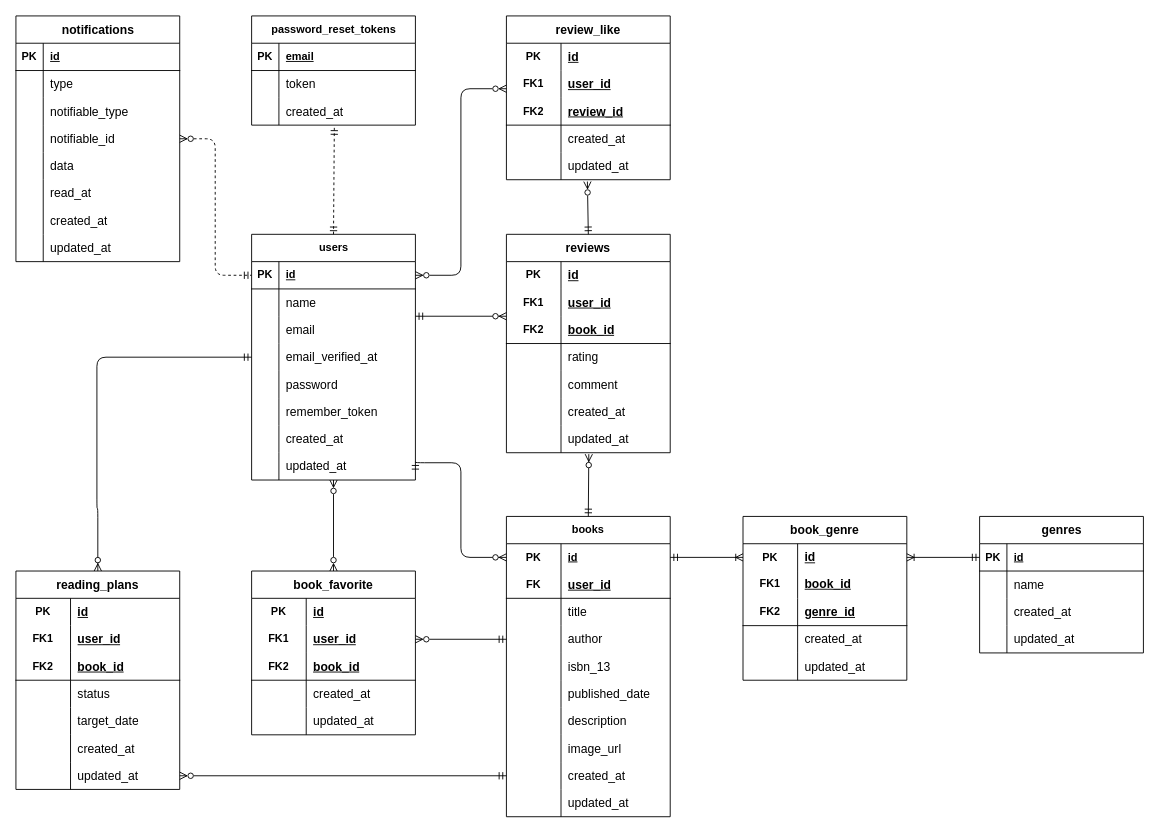
Above: index.drawio in TakakazuSekiguchi/bookshelf-app (draw.io), before the change. Source tidied: cells renumbered, new cells numbered last; positions are measured from the earlier drawing's top-left corner, leaving out a move shared by most shapes. Both pictures are drawn from the tidied source at 91%, with x=0, y=0 at pixel (15, 15).
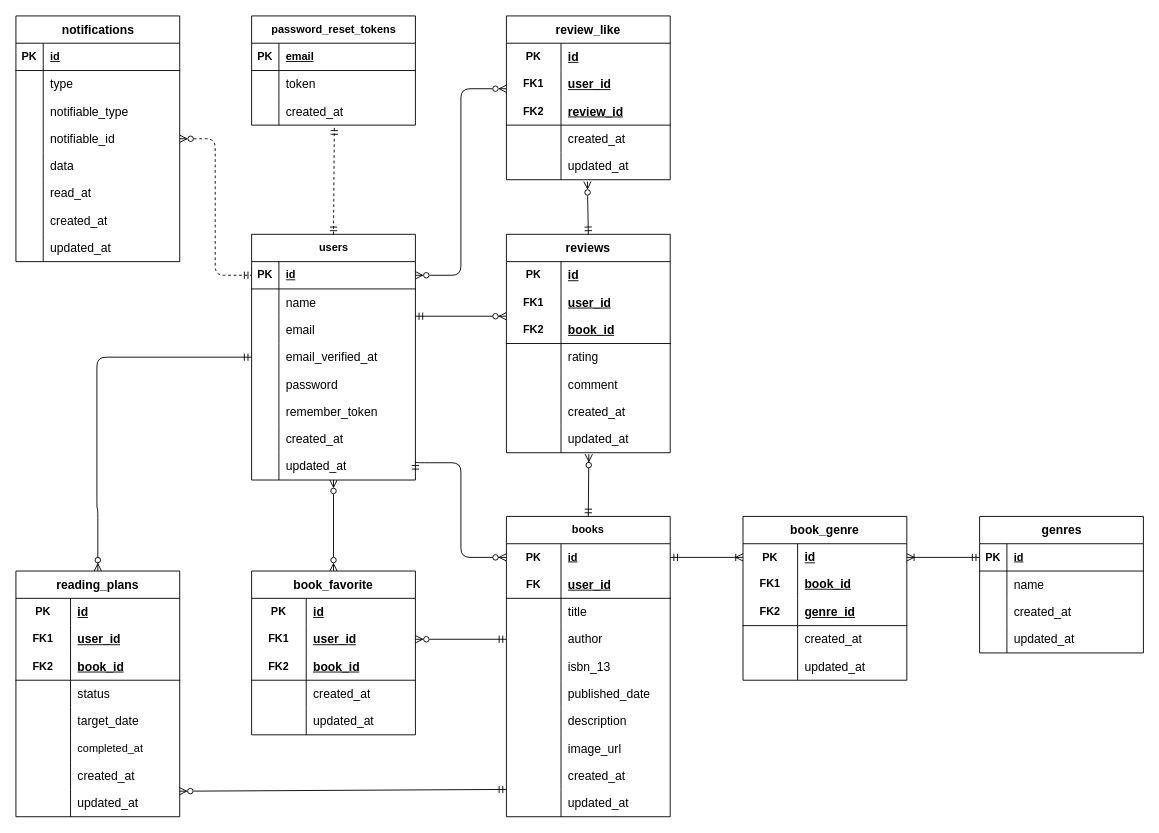
The same diagram, later.

Commit message (it also covers changes not shown here):
docs: ER図にcompleted_atカラムを追加

Unchanged cells that the change refers to:
```xml
<mxCell id="62" style="shape=tableRow;horizontal=0;startSize=0;swimlaneHead=0;swimlaneBody=0;fillColor=none;points=[[0,0.5],[1,0.5]];portConstraint=eastwest;top=0;left=0;right=0;bottom=0;html=1;rounded=0;" parent="37" vertex="1">
  <mxGeometry y="270" width="180" height="30" as="geometry" />
</mxCell>
```

Diff of the diagram source:
```diff
@@
     <mxCell id="135" value="&lt;span style=&quot;color: rgb(0, 0, 0); text-align: start; font-size: 10pt; font-family: Arial;&quot;&gt;reading_plans&lt;/span&gt;" style="shape=table;startSize=30;childLayout=tableLayout;rowLines=0;fontStyle=1;align=center;html=1;whiteSpace=wrap;rounded=0;" parent="1" vertex="1">
-      <mxGeometry y="610" width="180" height="240" as="geometry" />
+      <mxGeometry y="610" width="180" height="270" as="geometry" />
     </mxCell>
@@
+    <mxCell id="213" style="shape=tableRow;horizontal=0;startSize=0;swimlaneHead=0;swimlaneBody=0;fillColor=none;top=0;left=0;right=0;bottom=0;html=1;rounded=0;" parent="135" vertex="1">
+      <mxGeometry y="180" width="180" height="30" as="geometry" />
+    </mxCell>
+    <mxCell id="214" style="shape=partialRectangle;fillColor=none;top=0;left=0;bottom=0;right=0;overflow=hidden;html=1;whiteSpace=wrap;rounded=0;" parent="213" vertex="1">
+      <mxGeometry width="60" height="30" as="geometry" />
+    </mxCell>
+    <mxCell id="215" value="completed_at" style="shape=partialRectangle;fillColor=none;top=0;left=0;bottom=0;right=0;align=left;spacingLeft=6;overflow=hidden;html=1;whiteSpace=wrap;rounded=0;" parent="213" vertex="1">
+      <mxGeometry x="60" width="120" height="30" as="geometry" />
+    </mxCell>
     <mxCell id="151" style="shape=tableRow;horizontal=0;startSize=0;swimlaneHead=0;swimlaneBody=0;fillColor=none;top=0;left=0;right=0;bottom=0;html=1;rounded=0;" parent="135" vertex="1">
-      <mxGeometry y="180" width="180" height="30" as="geometry" />
+      <mxGeometry y="210" width="180" height="30" as="geometry" />
     </mxCell>
@@
     <mxCell id="154" style="shape=tableRow;horizontal=0;startSize=0;swimlaneHead=0;swimlaneBody=0;fillColor=none;points=[[0,0.5],[1,0.5]];portConstraint=eastwest;top=0;left=0;right=0;bottom=0;html=1;rounded=0;" parent="135" vertex="1">
-      <mxGeometry y="210" width="180" height="30" as="geometry" />
+      <mxGeometry y="240" width="180" height="30" as="geometry" />
     </mxCell>
@@
-    <mxCell id="192" style="fontSize=12;html=1;endArrow=ERmandOne;startArrow=ERzeroToMany;exitX=1;exitY=0.5;exitDx=0;exitDy=0;startFill=0;endFill=0;entryX=0;entryY=0.5;entryDx=0;entryDy=0;" parent="1" edge="1" source="154" target="62">
-      <mxGeometry relative="1" as="geometry" />
+    <mxCell id="192" style="fontSize=12;html=1;endArrow=ERmandOne;startArrow=ERzeroToMany;exitX=0.998;exitY=0.065;exitDx=0;exitDy=0;startFill=0;endFill=0;entryX=0;entryY=0.5;entryDx=0;entryDy=0;exitPerimeter=0;" parent="1" edge="1" source="154">
+      <mxGeometry relative="1" as="geometry">
+        <mxPoint x="539" y="850" as="targetPoint" />
+      </mxGeometry>
     </mxCell>
```
